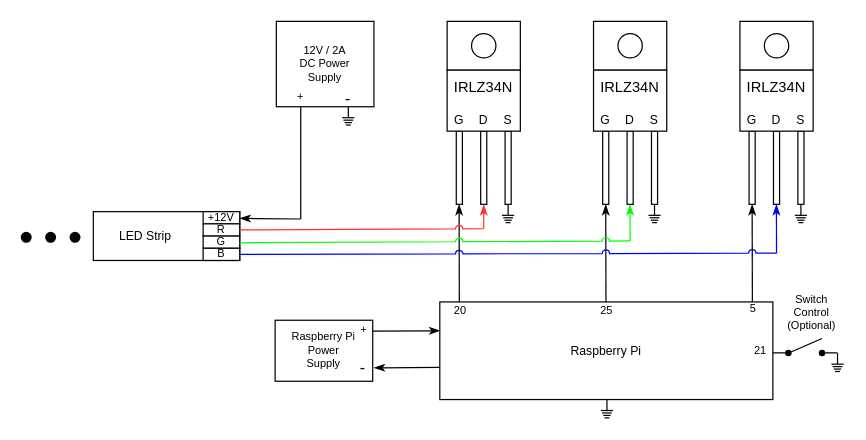
Earlier version of the draw.io diagram docs/wiring_diagram.drawio (z4gunn/OctoPrint-GpioRgbController). Source tidied: cells renumbered, new cells numbered last; positions are measured from the earlier drawing's top-left corner, leaving out a move shared by most shapes. Both pictures are drawn from the tidied source at 122%, with x=0, y=0 at pixel (21, 21).
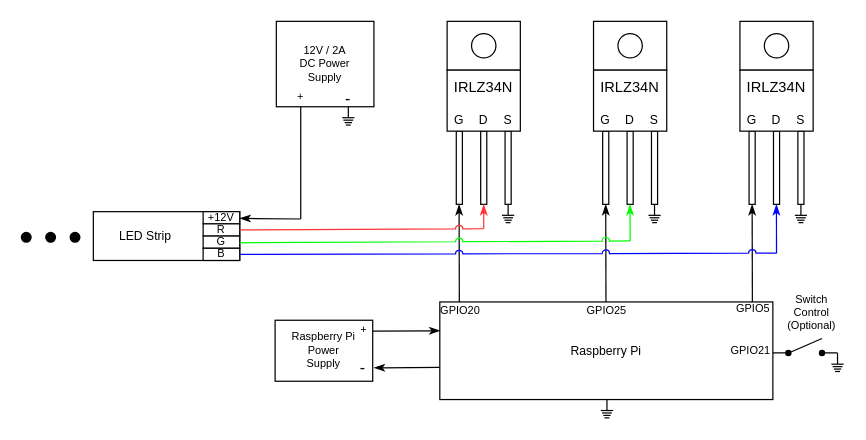
The same diagram, later.

Commit message (it also covers changes not shown here):
updated wiring diagrams

What changed in the source:
```diff
@@
-    <mxCell id="90" value="20" style="text;html=1;strokeColor=none;fillColor=none;align=center;verticalAlign=middle;whiteSpace=wrap;rounded=0;fontSize=9;" parent="1" vertex="1">
+    <mxCell id="90" value="GPIO20" style="text;html=1;strokeColor=none;fillColor=none;align=center;verticalAlign=middle;whiteSpace=wrap;rounded=0;fontSize=9;" parent="1" vertex="1">
       <mxGeometry x="351" y="231" width="18" height="11" as="geometry" />
     </mxCell>
-    <mxCell id="91" value="25" style="text;html=1;strokeColor=none;fillColor=none;align=center;verticalAlign=middle;whiteSpace=wrap;rounded=0;fontSize=9;" parent="1" vertex="1">
+    <mxCell id="91" value="GPIO25" style="text;html=1;strokeColor=none;fillColor=none;align=center;verticalAlign=middle;whiteSpace=wrap;rounded=0;fontSize=9;" parent="1" vertex="1">
       <mxGeometry x="471" y="231" width="18" height="11" as="geometry" />
     </mxCell>
-    <mxCell id="92" value="5" style="text;html=1;strokeColor=none;fillColor=none;align=center;verticalAlign=middle;whiteSpace=wrap;rounded=0;fontSize=9;" parent="1" vertex="1">
+    <mxCell id="92" value="GPIO5" style="text;html=1;strokeColor=none;fillColor=none;align=center;verticalAlign=middle;whiteSpace=wrap;rounded=0;fontSize=9;" parent="1" vertex="1">
       <mxGeometry x="591" y="230" width="18" height="11" as="geometry" />
     </mxCell>
@@
-    <mxCell id="94" value="21" style="text;html=1;strokeColor=none;fillColor=none;align=center;verticalAlign=middle;whiteSpace=wrap;rounded=0;fontSize=9;" parent="1" vertex="1">
-      <mxGeometry x="597" y="264.5" width="18" height="11" as="geometry" />
+    <mxCell id="94" value="GPIO21" style="text;html=1;strokeColor=none;fillColor=none;align=center;verticalAlign=middle;whiteSpace=wrap;rounded=0;fontSize=9;" parent="1" vertex="1">
+      <mxGeometry x="589" y="264.5" width="18" height="11" as="geometry" />
     </mxCell>
```
